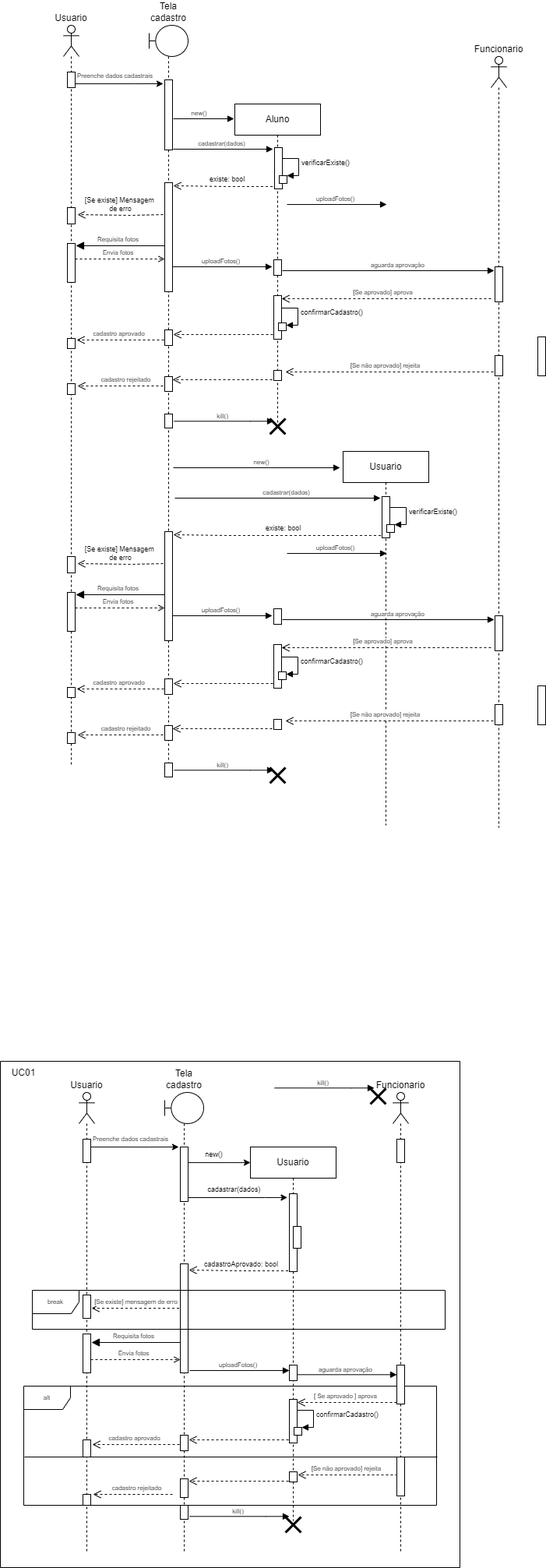
Earlier version of the draw.io export diagramasDeSequenciaCompletos/1. CadastraNoSistemaR1.drawio.png (EijiDogen/BrainForHire). Source tidied: cells renumbered, new cells last; positions are measured from the earlier drawing's top-left corner, leaving out a move shared by most shapes.
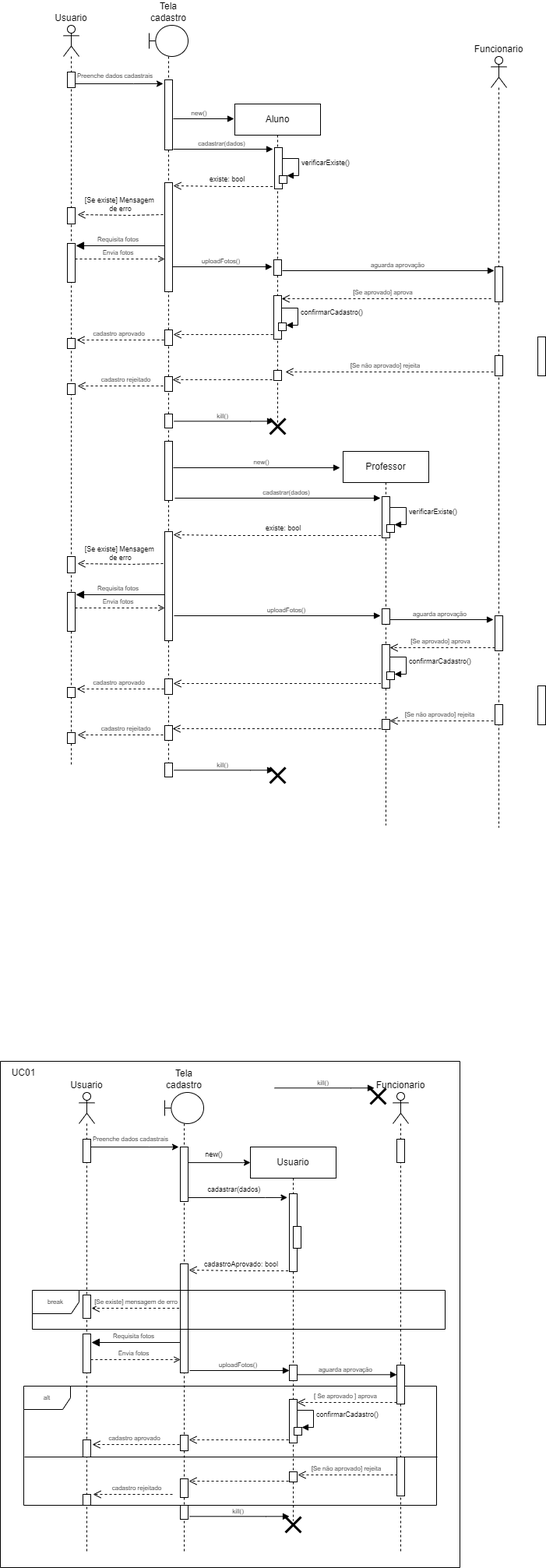
The same diagram one commit later.

What changed in the source:
```diff
@@ -22,7 +22,7 @@
         </Array>
       </mxGeometry>
     </mxCell>
-    <mxCell id="7" value="Usuario" style="shape=umlLifeline;perimeter=lifelinePerimeter;whiteSpace=wrap;html=1;outlineConnect=0;" parent="1" vertex="1">
+    <mxCell id="7" value="Professor" style="shape=umlLifeline;perimeter=lifelinePerimeter;whiteSpace=wrap;html=1;outlineConnect=0;" parent="1" vertex="1">
       <mxGeometry x="440" y="547" width="110" height="480" as="geometry" />
     </mxCell>
     <mxCell id="8" value="verificarExiste()" style="edgeStyle=orthogonalEdgeStyle;html=1;align=left;spacingLeft=2;endArrow=block;rounded=0;entryX=1;entryY=0;fontSize=9;" parent="7" edge="1">
@@ -171,20 +171,6 @@
         <mxPoint x="-14" y="-10" as="offset" />
       </mxGeometry>
     </mxCell>
-    <mxCell id="28" style="edgeStyle=orthogonalEdgeStyle;rounded=0;orthogonalLoop=1;jettySize=auto;html=1;endArrow=block;endFill=1;" parent="9" edge="1">
-      <mxGeometry relative="1" as="geometry">
-        <mxPoint x="368" y="230" as="sourcePoint" />
-        <mxPoint x="496" y="230" as="targetPoint" />
-        <Array as="points">
-          <mxPoint x="368" y="230" />
-        </Array>
-      </mxGeometry>
-    </mxCell>
-    <mxCell id="29" value="uploadFotos()" style="edgeLabel;html=1;align=center;verticalAlign=middle;fontSize=8;" parent="28" vertex="1">
-      <mxGeometry x="0.19" y="-3" relative="1" as="geometry">
-        <mxPoint x="-14" y="-10" as="offset" />
-      </mxGeometry>
-    </mxCell>
     <mxCell id="30" value="Requisita fotos" style="html=1;verticalAlign=bottom;endArrow=block;endSize=8;rounded=0;fontSize=8;endFill=1;" parent="9" edge="1">
       <mxGeometry x="0.09" relative="1" as="geometry">
         <mxPoint x="215.5" y="283" as="sourcePoint" />
@@ -248,20 +234,6 @@
         </Array>
       </mxGeometry>
     </mxCell>
-    <mxCell id="39" style="edgeStyle=orthogonalEdgeStyle;rounded=0;orthogonalLoop=1;jettySize=auto;html=1;endArrow=block;endFill=1;" parent="9" edge="1">
-      <mxGeometry relative="1" as="geometry">
-        <mxPoint x="368" y="678" as="sourcePoint" />
-        <mxPoint x="496" y="678" as="targetPoint" />
-        <Array as="points">
-          <mxPoint x="368" y="678" />
-        </Array>
-      </mxGeometry>
-    </mxCell>
-    <mxCell id="40" value="uploadFotos()" style="edgeLabel;html=1;align=center;verticalAlign=middle;fontSize=8;" parent="39" vertex="1">
-      <mxGeometry x="0.19" y="-3" relative="1" as="geometry">
-        <mxPoint x="-14" y="-10" as="offset" />
-      </mxGeometry>
-    </mxCell>
     <mxCell id="41" value="verificarExiste()" style="edgeStyle=orthogonalEdgeStyle;html=1;align=left;spacingLeft=2;endArrow=block;rounded=0;entryX=1;entryY=0;fontSize=9;" parent="9" edge="1">
       <mxGeometry relative="1" as="geometry">
         <mxPoint x="496" y="619" as="sourcePoint" />
@@ -323,17 +295,17 @@
     </mxCell>
     <mxCell id="49" value="confirmarCadastro()" style="edgeStyle=orthogonalEdgeStyle;html=1;align=left;spacingLeft=2;endArrow=block;rounded=0;entryX=1;entryY=0;fontSize=9;" parent="9" edge="1">
       <mxGeometry relative="1" as="geometry">
-        <mxPoint x="357" y="811" as="sourcePoint" />
-        <mxPoint x="367" y="833" as="targetPoint" />
+        <mxPoint x="496" y="811" as="sourcePoint" />
+        <mxPoint x="506" y="833" as="targetPoint" />
         <Array as="points">
-          <mxPoint x="382" y="811" />
+          <mxPoint x="521" y="811" />
         </Array>
       </mxGeometry>
     </mxCell>
-    <mxCell id="50" style="rounded=0;orthogonalLoop=1;jettySize=auto;html=1;endArrow=block;endFill=1;exitX=1;exitY=0.186;exitDx=0;exitDy=0;exitPerimeter=0;" parent="9" edge="1">
+    <mxCell id="50" style="rounded=0;orthogonalLoop=1;jettySize=auto;html=1;endArrow=block;endFill=1;" parent="9" edge="1">
       <mxGeometry relative="1" as="geometry">
-        <mxPoint x="362" y="763" as="sourcePoint" />
-        <mxPoint x="634" y="763" as="targetPoint" />
+        <mxPoint x="497" y="763" as="sourcePoint" />
+        <mxPoint x="633" y="763" as="targetPoint" />
       </mxGeometry>
     </mxCell>
     <mxCell id="51" value="aguarda aprovação" style="edgeLabel;html=1;align=center;verticalAlign=middle;fontSize=8;" parent="50" vertex="1">
@@ -341,13 +313,10 @@
         <mxPoint x="-14" y="-10" as="offset" />
       </mxGeometry>
     </mxCell>
-    <mxCell id="52" style="edgeStyle=orthogonalEdgeStyle;rounded=0;orthogonalLoop=1;jettySize=auto;html=1;endArrow=block;endFill=1;" parent="9" edge="1">
+    <mxCell id="52" style="rounded=0;orthogonalLoop=1;jettySize=auto;html=1;endArrow=block;endFill=1;" parent="9" edge="1">
       <mxGeometry relative="1" as="geometry">
-        <mxPoint x="221" y="758" as="sourcePoint" />
-        <mxPoint x="349" y="758" as="targetPoint" />
-        <Array as="points">
-          <mxPoint x="221" y="758" />
-        </Array>
+        <mxPoint x="223" y="758" as="sourcePoint" />
+        <mxPoint x="488" y="758" as="targetPoint" />
       </mxGeometry>
     </mxCell>
     <mxCell id="53" value="uploadFotos()" style="edgeLabel;html=1;align=center;verticalAlign=middle;fontSize=8;" parent="52" vertex="1">
@@ -364,9 +333,8 @@
         </Array>
       </mxGeometry>
     </mxCell>
-    <mxCell id="55" style="html=1;verticalAlign=bottom;endArrow=open;dashed=1;endSize=8;rounded=0;fontSize=8;sketch=0;shadow=0;strokeColor=default;" parent="9" edge="1">
+    <mxCell id="55" style="html=1;verticalAlign=bottom;endArrow=open;dashed=1;endSize=8;rounded=0;fontSize=8;sketch=0;shadow=0;strokeColor=default;" parent="9" edge="1" source="7">
       <mxGeometry x="0.04" relative="1" as="geometry">
-        <mxPoint x="350" y="845" as="sourcePoint" />
         <mxPoint x="222" y="845" as="targetPoint" />
         <Array as="points">
           <mxPoint x="282" y="845" />
@@ -376,15 +344,14 @@
     <mxCell id="56" value="[Se não aprovado] rejeita" style="html=1;verticalAlign=bottom;endArrow=open;dashed=1;endSize=8;rounded=0;fontSize=8;sketch=0;shadow=0;strokeColor=default;" parent="9" edge="1">
       <mxGeometry x="0.04" relative="1" as="geometry">
         <mxPoint x="633" y="893" as="sourcePoint" />
-        <mxPoint x="366" y="893" as="targetPoint" />
+        <mxPoint x="500" y="893" as="targetPoint" />
         <Array as="points">
           <mxPoint x="565" y="893" />
         </Array>
       </mxGeometry>
     </mxCell>
-    <mxCell id="57" style="html=1;verticalAlign=bottom;endArrow=open;dashed=1;endSize=8;rounded=0;fontSize=8;sketch=0;shadow=0;strokeColor=default;" parent="9" edge="1">
+    <mxCell id="57" style="html=1;verticalAlign=bottom;endArrow=open;dashed=1;endSize=8;rounded=0;fontSize=8;sketch=0;shadow=0;strokeColor=default;" parent="9" edge="1" source="7">
       <mxGeometry x="0.04" relative="1" as="geometry">
-        <mxPoint x="349" y="903" as="sourcePoint" />
         <mxPoint x="221" y="903" as="targetPoint" />
         <Array as="points">
           <mxPoint x="281" y="903" />
@@ -407,11 +374,8 @@
     </mxCell>
     <mxCell id="60" value="[Se aprovado] aprova" style="html=1;verticalAlign=bottom;endArrow=open;dashed=1;endSize=8;rounded=0;fontSize=8;sketch=0;shadow=0;strokeColor=default;" parent="9" edge="1">
       <mxGeometry x="0.04" relative="1" as="geometry">
-        <mxPoint x="630" y="799" as="sourcePoint" />
-        <mxPoint x="361" y="799" as="targetPoint" />
-        <Array as="points">
-          <mxPoint x="421" y="799" />
-        </Array>
+        <mxPoint x="635" y="799" as="sourcePoint" />
+        <mxPoint x="500" y="799" as="targetPoint" />
       </mxGeometry>
     </mxCell>
     <mxCell id="61" style="edgeStyle=orthogonalEdgeStyle;rounded=0;orthogonalLoop=1;jettySize=auto;html=1;endArrow=block;endFill=1;" parent="9" edge="1">
@@ -515,16 +479,16 @@
       <mxGeometry x="86" y="908" width="10" height="14" as="geometry" />
     </mxCell>
     <mxCell id="92" style="html=1;perimeter=orthogonalPerimeter;fontSize=9;" parent="64" vertex="1">
-      <mxGeometry x="351" y="749" width="10" height="20" as="geometry" />
+      <mxGeometry x="490" y="749" width="10" height="20" as="geometry" />
     </mxCell>
     <mxCell id="93" style="html=1;perimeter=orthogonalPerimeter;fontSize=9;" parent="64" vertex="1">
-      <mxGeometry x="351" y="891" width="10" height="13" as="geometry" />
+      <mxGeometry x="490" y="891" width="10" height="13" as="geometry" />
     </mxCell>
     <mxCell id="94" style="html=1;perimeter=orthogonalPerimeter;fontSize=9;" parent="64" vertex="1">
-      <mxGeometry x="351" y="795" width="10" height="56" as="geometry" />
+      <mxGeometry x="490" y="795" width="10" height="56" as="geometry" />
     </mxCell>
     <mxCell id="95" style="html=1;perimeter=orthogonalPerimeter;fontSize=9;" parent="64" vertex="1">
-      <mxGeometry x="357" y="830" width="10" height="10" as="geometry" />
+      <mxGeometry x="496" y="830" width="10" height="10" as="geometry" />
     </mxCell>
     <mxCell id="96" style="html=1;perimeter=orthogonalPerimeter;fontSize=9;" parent="64" vertex="1">
       <mxGeometry x="490" y="605" width="10" height="53" as="geometry" />
@@ -541,6 +505,9 @@
     <mxCell id="100" style="html=1;perimeter=orthogonalPerimeter;fontSize=9;" parent="64" vertex="1">
       <mxGeometry x="635" y="758" width="10" height="45" as="geometry" />
     </mxCell>
+    <mxCell id="160" style="html=1;perimeter=orthogonalPerimeter;fontSize=9;" parent="64" vertex="1">
+      <mxGeometry x="211" y="534" width="10" height="76" as="geometry" />
+    </mxCell>
     <mxCell id="101" value="Backup" parent="0" />
     <mxCell id="102" value="Requisita fotos" style="html=1;verticalAlign=bottom;endArrow=block;endSize=8;rounded=0;fontSize=8;endFill=1;" parent="101" edge="1">
       <mxGeometry x="0.09" relative="1" as="geometry">
```
